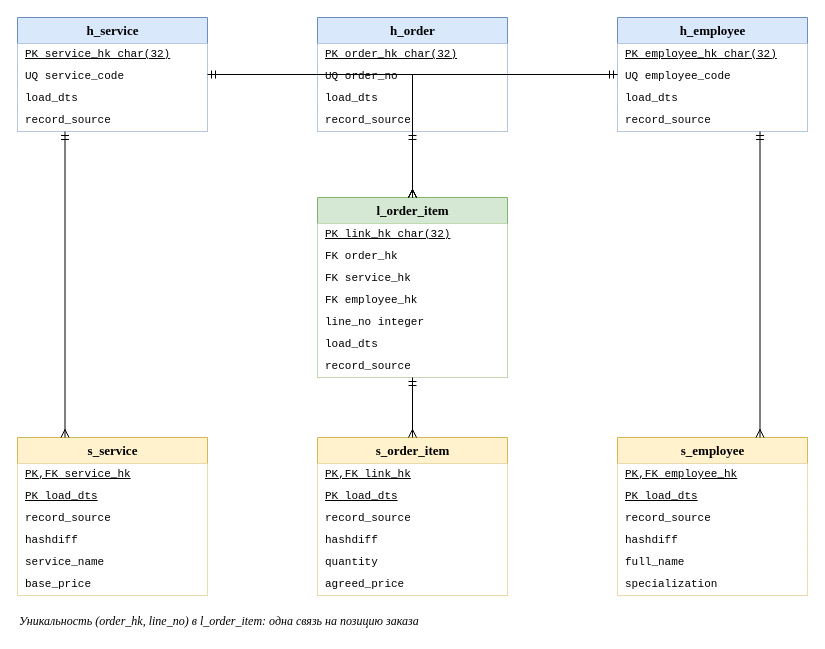
The draw.io diagram diagrams/03_datavault_lines.drawio in Loadk12/warehouse-datavault-lab, before the edit. Source tidied: cells renumbered, new cells numbered last; positions are measured from the earlier drawing's top-left corner, leaving out a move shared by most shapes. Both pictures are drawn from the tidied source at 100%, with x=0, y=0 at pixel (17, 17).
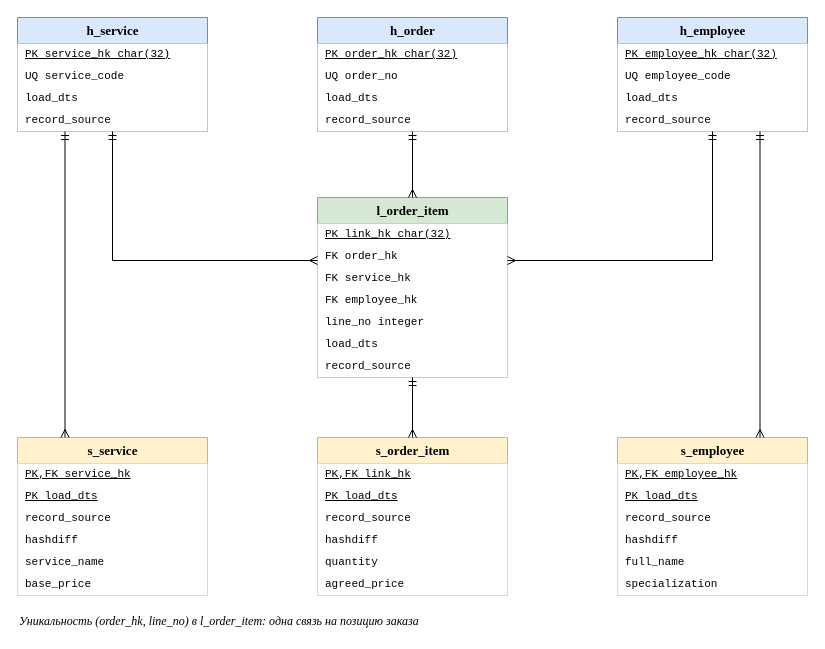
Above is the later version.

Commit message (it also covers changes not shown here):
Redraw Data Vault diagrams without crossing lines

The change refers to these unchanged cells:
```xml
<mxCell id="2" value="h_service" style="swimlane;fontStyle=1;horizontal=1;startSize=26;fillColor=#dae8fc;strokeColor=#6c8ebf;fontFamily=Times New Roman;fontSize=13;html=1;" parent="1" vertex="1">
  <mxGeometry width="190" height="114" as="geometry" />
</mxCell>
<mxCell id="7" value="h_order" style="swimlane;fontStyle=1;horizontal=1;startSize=26;fillColor=#dae8fc;strokeColor=#6c8ebf;fontFamily=Times New Roman;fontSize=13;html=1;" parent="1" vertex="1">
  <mxGeometry x="300" width="190" height="114" as="geometry" />
</mxCell>
<mxCell id="12" value="h_employee" style="swimlane;fontStyle=1;horizontal=1;startSize=26;fillColor=#dae8fc;strokeColor=#6c8ebf;fontFamily=Times New Roman;fontSize=13;html=1;" parent="1" vertex="1">
  <mxGeometry x="600" width="190" height="114" as="geometry" />
</mxCell>
<mxCell id="17" value="l_order_item" style="swimlane;fontStyle=1;horizontal=1;startSize=26;fillColor=#d5e8d4;strokeColor=#82b366;fontFamily=Times New Roman;fontSize=13;html=1;" parent="1" vertex="1">
  <mxGeometry x="300" y="180" width="190" height="180" as="geometry" />
</mxCell>
```

Diff of the diagram source:
```diff
@@
-    <mxCell id="46" style="edgeStyle=orthogonalEdgeStyle;rounded=0;endArrow=ERmany;startArrow=ERmandOne;endFill=0;startFill=0;html=1;fontFamily=Times New Roman;fontSize=11;" parent="1" edge="1" source="7" target="17">
+    <mxCell id="46" style="edgeStyle=orthogonalEdgeStyle;rounded=0;endArrow=ERmany;startArrow=ERmandOne;endFill=0;startFill=0;html=1;fontFamily=Times New Roman;fontSize=11;exitX=0.5;exitY=1;entryX=0.5;entryY=0;" parent="1" edge="1" source="7" target="17">
       <mxGeometry relative="1" as="geometry" />
     </mxCell>
-    <mxCell id="47" style="edgeStyle=orthogonalEdgeStyle;rounded=0;endArrow=ERmany;startArrow=ERmandOne;endFill=0;startFill=0;html=1;fontFamily=Times New Roman;fontSize=11;" parent="1" edge="1" source="2" target="17">
+    <mxCell id="47" style="edgeStyle=orthogonalEdgeStyle;rounded=0;endArrow=ERmany;startArrow=ERmandOne;endFill=0;startFill=0;html=1;fontFamily=Times New Roman;fontSize=11;exitX=0.5;exitY=1;entryX=0;entryY=0.35;" parent="1" edge="1" source="2" target="17">
       <mxGeometry relative="1" as="geometry" />
     </mxCell>
-    <mxCell id="48" style="edgeStyle=orthogonalEdgeStyle;rounded=0;endArrow=ERmany;startArrow=ERmandOne;endFill=0;startFill=0;html=1;fontFamily=Times New Roman;fontSize=11;" parent="1" edge="1" source="12" target="17">
+    <mxCell id="48" style="edgeStyle=orthogonalEdgeStyle;rounded=0;endArrow=ERmany;startArrow=ERmandOne;endFill=0;startFill=0;html=1;fontFamily=Times New Roman;fontSize=11;exitX=0.5;exitY=1;entryX=1;entryY=0.35;" parent="1" edge="1" source="12" target="17">
       <mxGeometry relative="1" as="geometry" />
     </mxCell>
```
